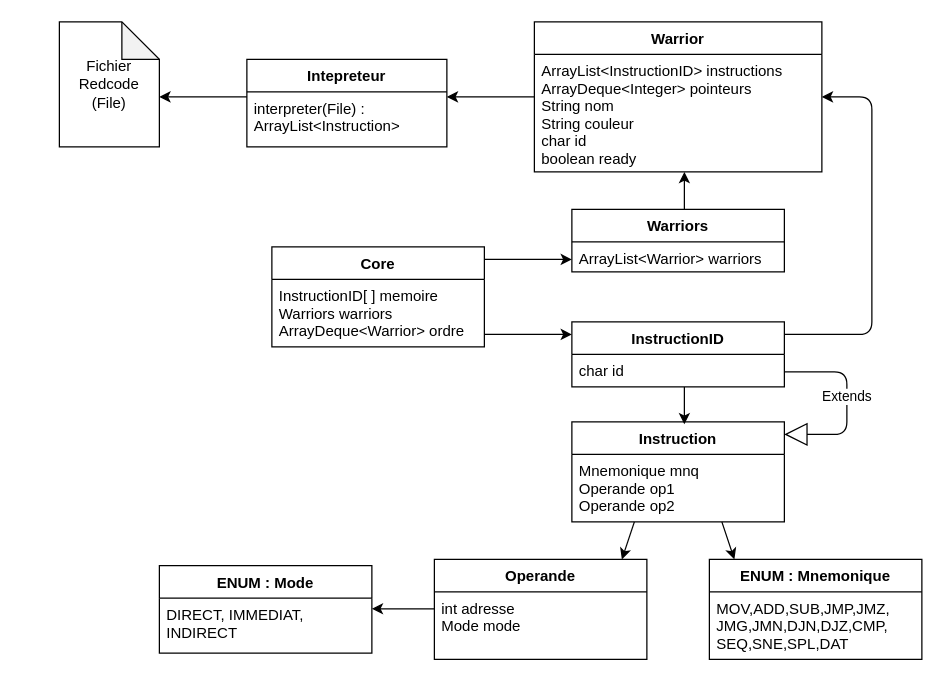
The draw.io diagram Untitled Diagram.drawio in KieceDonc/CoreWar, before the edit. Source tidied: cells renumbered, new cells numbered last; positions are measured from the earlier drawing's top-left corner, leaving out a move shared by most shapes. Both pictures are drawn from the tidied source at 125%, with x=0, y=0 at pixel (59, 21).
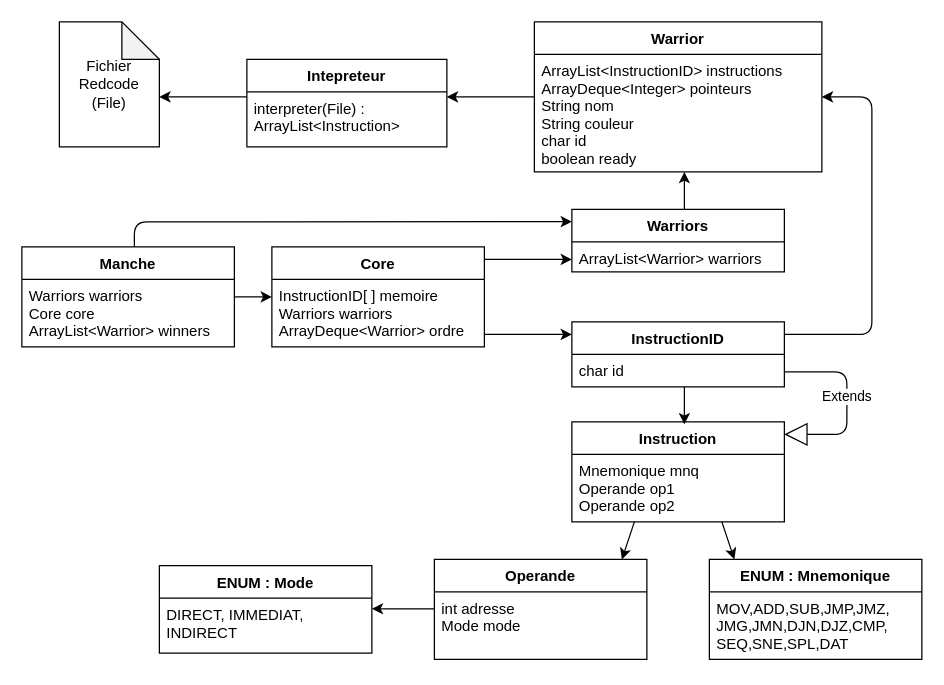
The same page after the edit.

Unchanged cells that the change refers to:
```xml
<mxCell id="9" value="Warriors" style="swimlane;fontStyle=1;align=center;verticalAlign=top;horizontal=1;startSize=26;" parent="1" vertex="1">
  <mxGeometry x="410" y="150" width="170" height="50" as="geometry" />
</mxCell>
```

What changed in the source:
```diff
@@
+    <mxCell id="32" value="Manche" style="swimlane;fontStyle=1;align=center;verticalAlign=top;horizontal=1;startSize=26;" parent="1" vertex="1">
+      <mxGeometry x="-30" y="180" width="170" height="80" as="geometry" />
+    </mxCell>
+    <mxCell id="33" value="Warriors warriors&#10;Core core&#10;ArrayList&lt;Warrior&gt; winners" style="text;strokeColor=none;fillColor=none;align=left;verticalAlign=top;spacingLeft=4;spacingRight=4;overflow=hidden;" parent="32" vertex="1">
+      <mxGeometry y="26" width="170" height="54" as="geometry" />
+    </mxCell>
+    <mxCell id="34" style="endArrow=classic;html=1;" parent="1" edge="1">
+      <mxGeometry relative="1" as="geometry">
+        <mxPoint x="140" y="220" as="sourcePoint" />
+        <mxPoint x="170" y="220" as="targetPoint" />
+      </mxGeometry>
+    </mxCell>
+    <mxCell id="35" style="endArrow=classic;html=1;entryX=0;entryY=0.196;entryDx=0;entryDy=0;entryPerimeter=0;" parent="1" edge="1" target="9">
+      <mxGeometry relative="1" as="geometry">
+        <mxPoint x="60" y="180" as="sourcePoint" />
+        <Array as="points">
+          <mxPoint x="60" y="160" />
+        </Array>
+      </mxGeometry>
+    </mxCell>
```
